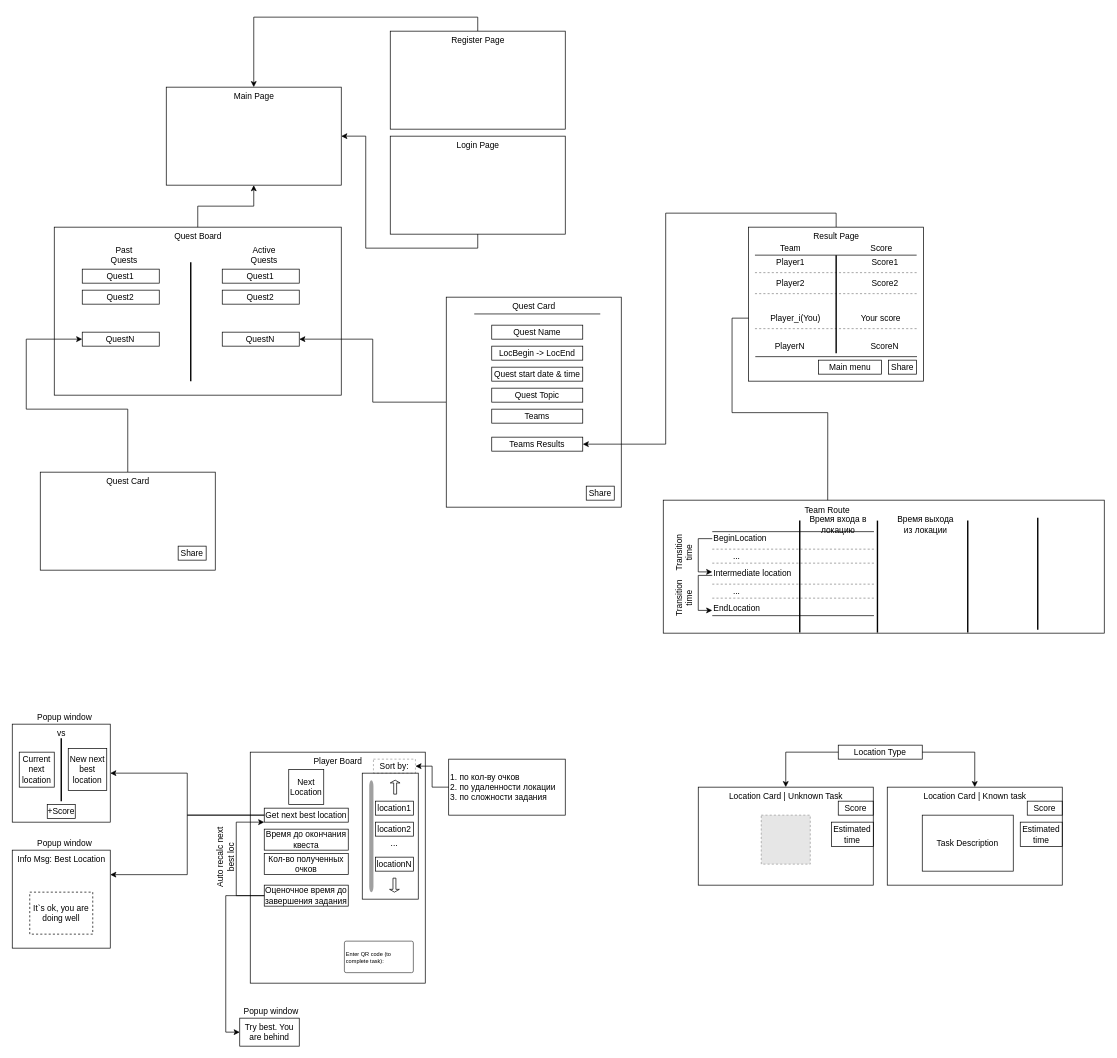
The draw.io diagram andrey/app_structure.drawio in bestful/quest, before the edit. Source tidied: cells renumbered, new cells numbered last; positions are measured from the earlier drawing's top-left corner, leaving out a move shared by most shapes. Both pictures are drawn from the tidied source at 70%, with x=0, y=0 at pixel (12, 31). Pictures stored in the file or linked from it are replaced by grey dashed boxes.
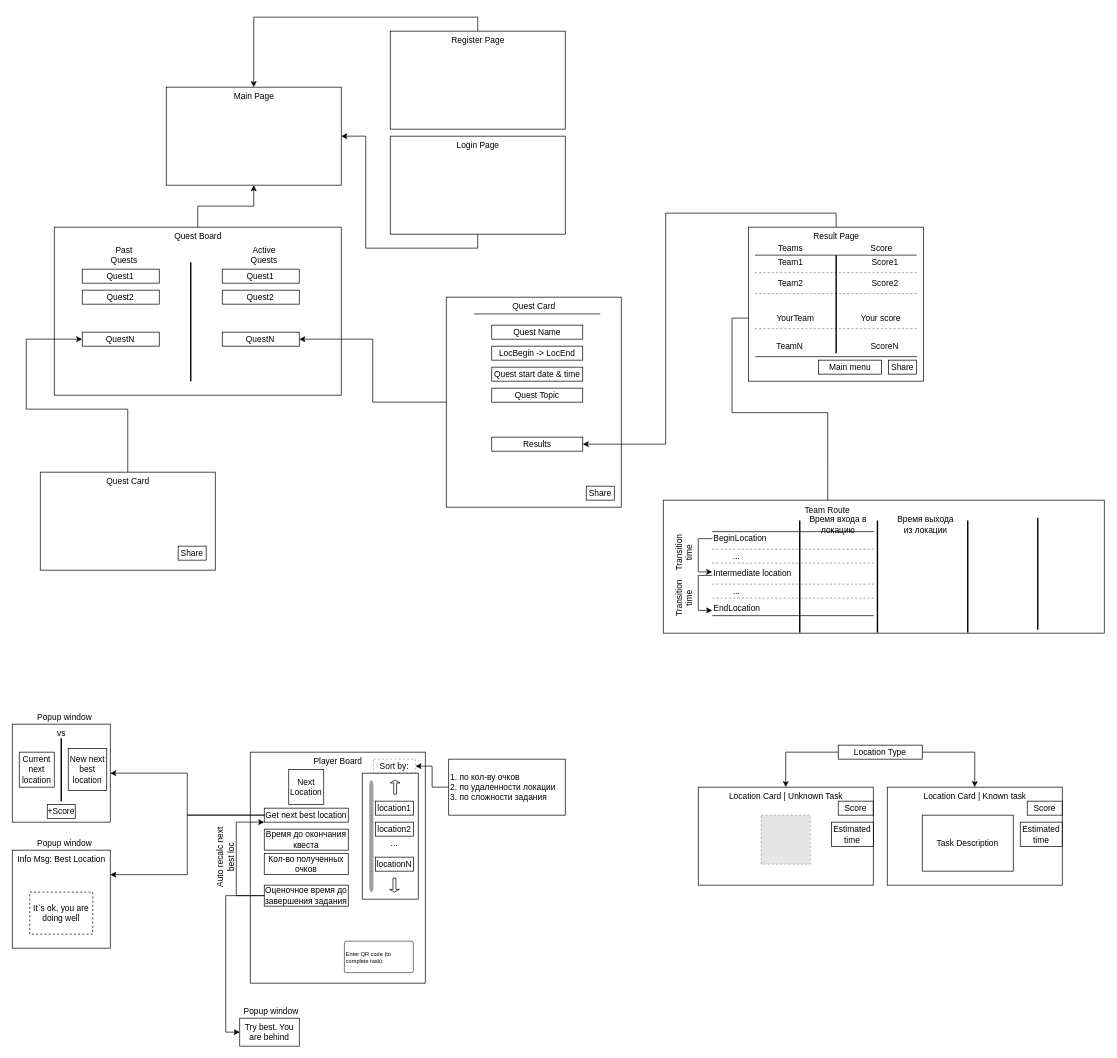
The same page after the edit.

Unchanged cells that the change refers to:
```xml
<mxCell id="76" style="group;" parent="1" vertex="1">
  <mxGeometry x="620" y="380" width="250" height="300" as="geometry" />
</mxCell>
<mxCell id="130" style="group;" parent="129" vertex="1">
  <mxGeometry width="250" height="220" as="geometry" />
</mxCell>
```

What changed in the source:
```diff
@@
-    <mxCell id="83" value="Teams" style="text;html=1;strokeColor=#000000;fillColor=none;align=center;verticalAlign=middle;whiteSpace=wrap;rounded=0;" parent="76" vertex="1">
-      <mxGeometry x="65" y="160" width="130" height="20" as="geometry" />
-    </mxCell>
@@
-    <mxCell id="85" value="Teams Results" style="text;html=1;strokeColor=#000000;fillColor=none;align=center;verticalAlign=middle;whiteSpace=wrap;rounded=0;" parent="76" vertex="1">
+    <mxCell id="85" value="Results" style="text;html=1;strokeColor=#000000;fillColor=none;align=center;verticalAlign=middle;whiteSpace=wrap;rounded=0;" parent="76" vertex="1">
       <mxGeometry x="65" y="200" width="130" height="20" as="geometry" />
     </mxCell>
@@
-    <mxCell id="133" value="Team" style="text;html=1;strokeColor=none;fillColor=none;align=center;verticalAlign=middle;whiteSpace=wrap;rounded=0;" parent="130" vertex="1">
+    <mxCell id="133" value="Teams" style="text;html=1;strokeColor=none;fillColor=none;align=center;verticalAlign=middle;whiteSpace=wrap;rounded=0;" parent="130" vertex="1">
       <mxGeometry x="40" y="20" width="40" height="20" as="geometry" />
     </mxCell>
@@
-    <mxCell id="135" value="Player1" style="text;html=1;strokeColor=none;fillColor=none;align=center;verticalAlign=middle;whiteSpace=wrap;rounded=0;strokeWidth=1;opacity=20;" parent="130" vertex="1">
+    <mxCell id="135" value="Team1" style="text;html=1;strokeColor=none;fillColor=none;align=center;verticalAlign=middle;whiteSpace=wrap;rounded=0;strokeWidth=1;opacity=20;" parent="130" vertex="1">
       <mxGeometry x="40" y="40" width="40" height="20" as="geometry" />
     </mxCell>
@@
-    <mxCell id="137" value="Player2" style="text;html=1;strokeColor=none;fillColor=none;align=center;verticalAlign=middle;whiteSpace=wrap;rounded=0;strokeWidth=1;opacity=20;" parent="130" vertex="1">
+    <mxCell id="137" value="Team2" style="text;html=1;strokeColor=none;fillColor=none;align=center;verticalAlign=middle;whiteSpace=wrap;rounded=0;strokeWidth=1;opacity=20;" parent="130" vertex="1">
       <mxGeometry x="40" y="70" width="40" height="20" as="geometry" />
     </mxCell>
-    <mxCell id="138" value="PlayerN" style="text;html=1;strokeColor=none;fillColor=none;align=center;verticalAlign=middle;whiteSpace=wrap;rounded=0;strokeWidth=1;opacity=20;" parent="130" vertex="1">
+    <mxCell id="138" value="TeamN" style="text;html=1;strokeColor=none;fillColor=none;align=center;verticalAlign=middle;whiteSpace=wrap;rounded=0;strokeWidth=1;opacity=20;" parent="130" vertex="1">
       <mxGeometry x="39" y="160" width="40" height="20" as="geometry" />
     </mxCell>
-    <mxCell id="139" value="Player_i(You)" style="text;html=1;strokeColor=none;fillColor=none;align=center;verticalAlign=middle;whiteSpace=wrap;rounded=0;strokeWidth=1;opacity=20;" parent="130" vertex="1">
+    <mxCell id="139" value="YourTeam" style="text;html=1;strokeColor=none;fillColor=none;align=center;verticalAlign=middle;whiteSpace=wrap;rounded=0;strokeWidth=1;opacity=20;" parent="130" vertex="1">
       <mxGeometry x="26.7" y="120" width="80" height="20" as="geometry" />
     </mxCell>
```
